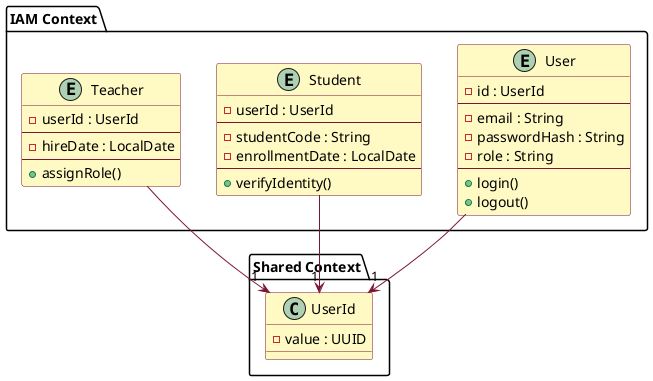
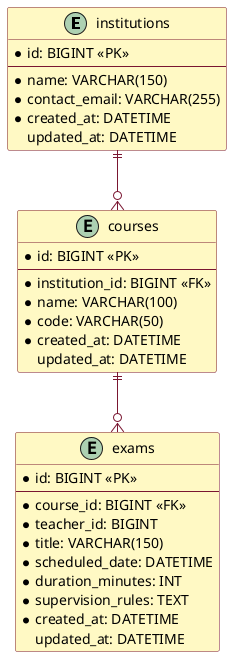
- @startuml classDiagram
+ @startuml "Academic Management Database"

skinparam class {
  BackgroundColor #FFF9C4
  BorderColor #7A1631
  StereotypeFontColor #2E7D32
}
skinparam Arrow {
  Color #7A1631
}
+ skinparam linetype ortho

- package "Shared Context" {
-     class "UserId" {
-         -value : UUID
-     }
+ entity institutions {
+     *id: BIGINT <<PK>>
+     --
+     *name: VARCHAR(150)
+     *contact_email: VARCHAR(255)
+     *created_at: DATETIME
+     updated_at: DATETIME
}

- package "IAM Context" {
-     entity "User" {
-         -id : UserId
-         --
-         -email : String
-         -passwordHash : String
-         -role : String
-         --
-         +login()
-         +logout()
-     }
- 
-     entity "Student" {
-         -userId : UserId
-         --
-         -studentCode : String
-         -enrollmentDate : LocalDate
-         --
-         +verifyIdentity()
-     }
- 
-     entity "Teacher" {
-         -userId : UserId
-         --
-         -hireDate : LocalDate
-         --
-         +assignRole()
-     }
+ entity courses {
+     *id: BIGINT <<PK>>
+     --
+     *institution_id: BIGINT <<FK>>
+     *name: VARCHAR(100)
+     *code: VARCHAR(50)
+     *created_at: DATETIME
+     updated_at: DATETIME
}

- User --> "1" UserId
- Student --> "1" UserId
- Teacher --> "1" UserId
+ entity exams {
+     *id: BIGINT <<PK>>
+     --
+     *course_id: BIGINT <<FK>>
+     *teacher_id: BIGINT
+     *title: VARCHAR(150)
+     *scheduled_date: DATETIME
+     *duration_minutes: INT
+     *supervision_rules: TEXT
+     *created_at: DATETIME
+     updated_at: DATETIME
+ }
+ 
+ institutions ||--o{ courses
+ courses ||--o{ exams
@enduml